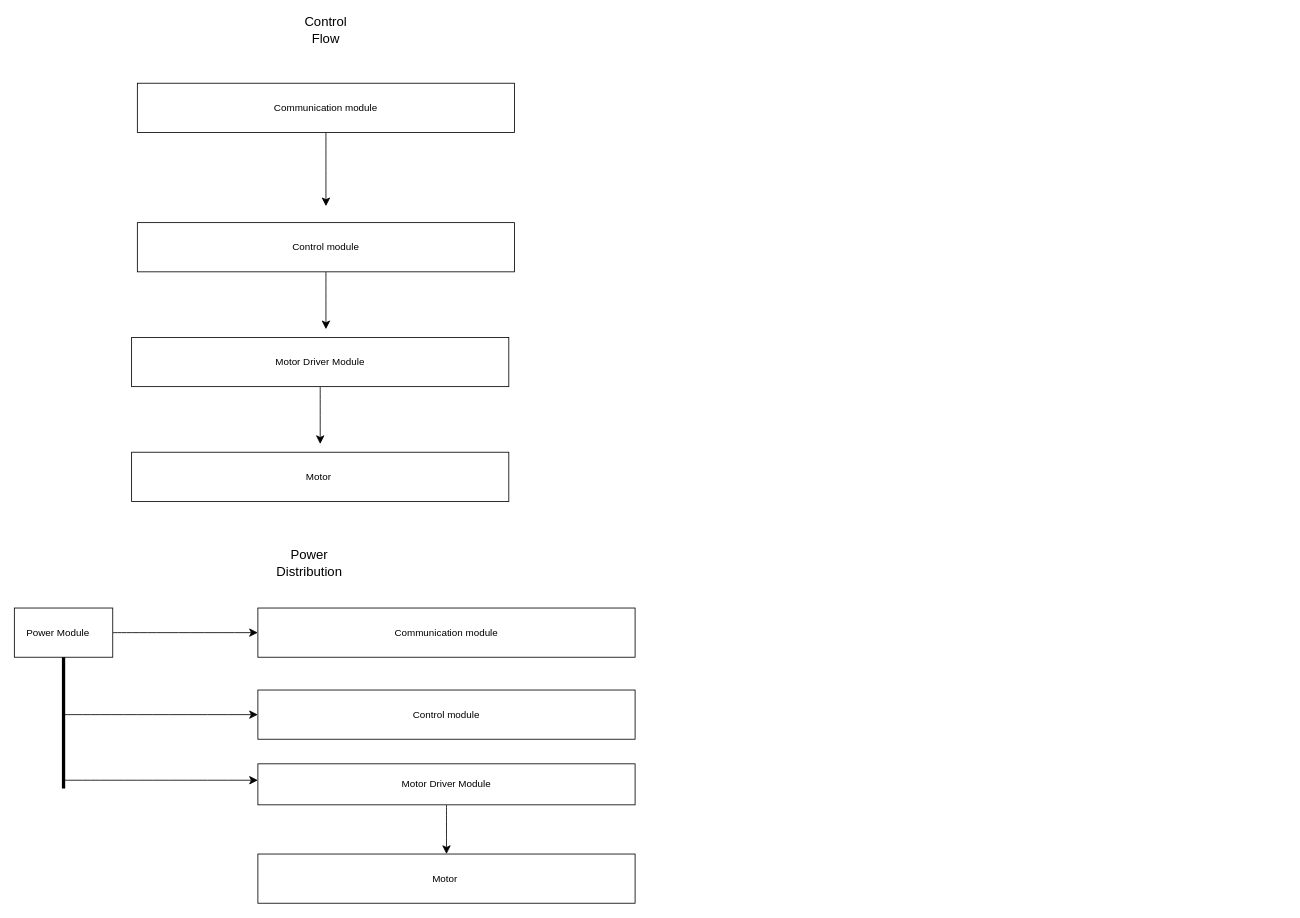
jeremywan-dev/ai-robotics-platform keeps this draw.io diagram as docs/v1-system-architecture.drawio. Above is the earlier version. Source tidied: cells renumbered, new cells numbered last; positions are measured from the earlier drawing's top-left corner, leaving out a move shared by most shapes. Both pictures are drawn from the tidied source at 82%, with x=0, y=0 at pixel (14, 17).
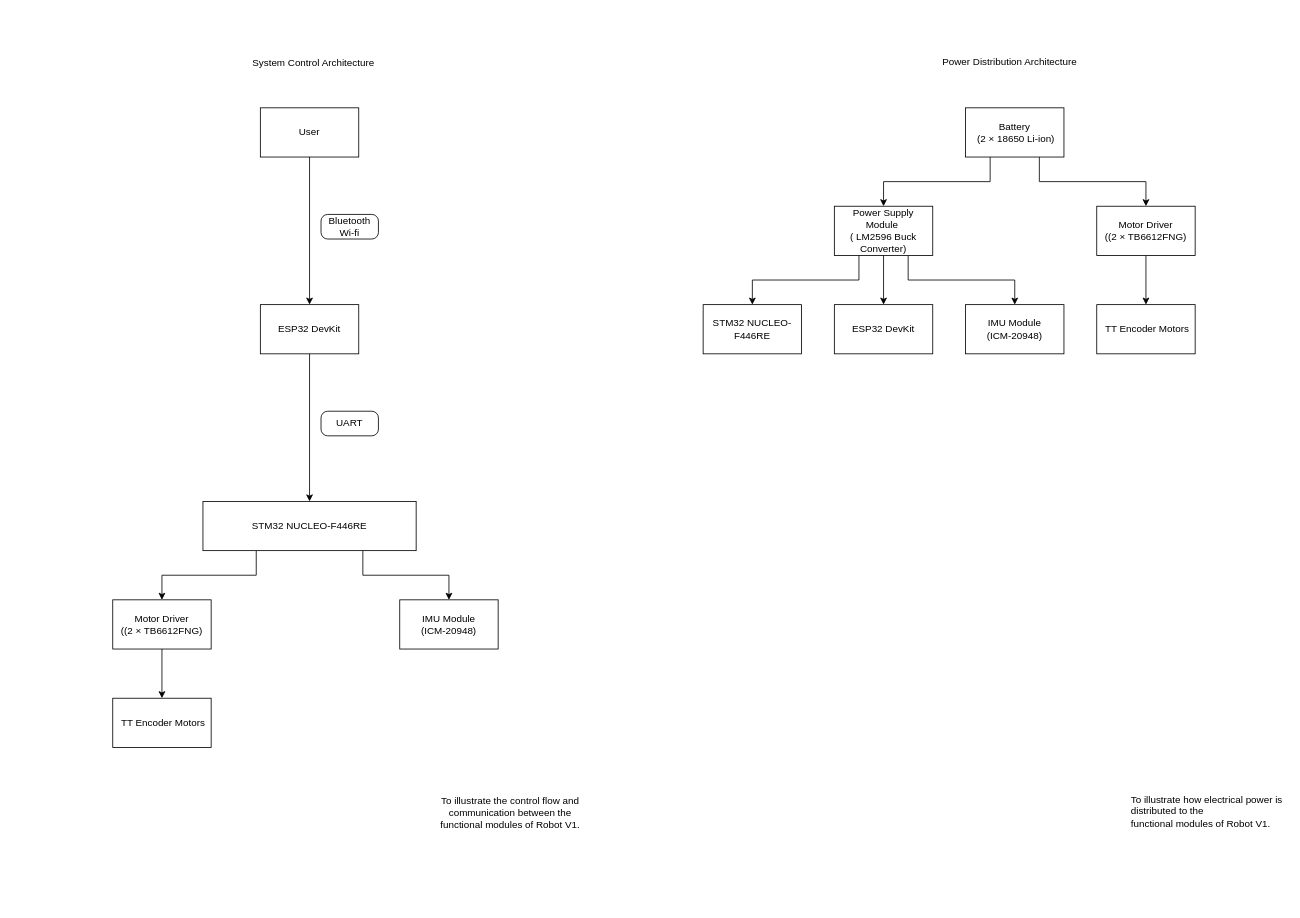
After the change.

Commit message (it also covers changes not shown here):
Update system architecture diagram

The edit, as a diff of the source:
```diff
@@
-    <mxCell id="2" style="edgeStyle=none;curved=1;rounded=0;jettySize=auto;html=1;fontSize=12;startSize=8;endSize=8;" parent="1" edge="1" source="3">
-      <mxGeometry relative="1" as="geometry">
-        <mxPoint x="380" y="230" as="targetPoint" />
-      </mxGeometry>
-    </mxCell>
-    <mxCell id="3" value="Communication module" style="rounded=0;whiteSpace=wrap;html=1;" parent="1" vertex="1">
-      <mxGeometry x="150" y="80" width="460" height="60" as="geometry" />
-    </mxCell>
-    <mxCell id="4" style="edgeStyle=none;curved=1;rounded=0;jettySize=auto;html=1;fontSize=12;startSize=8;endSize=8;" parent="1" edge="1" source="5">
-      <mxGeometry relative="1" as="geometry">
-        <mxPoint x="373" y="520" as="targetPoint" />
-      </mxGeometry>
-    </mxCell>
-    <mxCell id="5" value="Motor Driver Module" style="rounded=0;whiteSpace=wrap;html=1;" parent="1" vertex="1">
-      <mxGeometry x="143" y="390" width="460" height="60" as="geometry" />
-    </mxCell>
-    <mxCell id="6" style="edgeStyle=none;curved=1;rounded=0;jettySize=auto;html=1;fontSize=12;startSize=8;endSize=8;" parent="1" edge="1" source="7">
-      <mxGeometry relative="1" as="geometry">
-        <mxPoint x="380" y="380" as="targetPoint" />
-      </mxGeometry>
-    </mxCell>
-    <mxCell id="7" value="Control module" style="rounded=0;whiteSpace=wrap;html=1;" parent="1" vertex="1">
-      <mxGeometry x="150" y="250" width="460" height="60" as="geometry" />
-    </mxCell>
-    <mxCell id="8" value="Control Flow" style="text;html=1;whiteSpace=wrap;strokeColor=none;fillColor=none;align=center;verticalAlign=middle;rounded=0;fontSize=16;" parent="1" vertex="1">
-      <mxGeometry x="350" width="60" height="30" as="geometry" />
-    </mxCell>
-    <mxCell id="9" value="Motor&amp;nbsp;" style="rounded=0;whiteSpace=wrap;html=1;" parent="1" vertex="1">
-      <mxGeometry x="143" y="530" width="460" height="60" as="geometry" />
-    </mxCell>
-    <mxCell id="10" value="Power Distribution" style="text;html=1;whiteSpace=wrap;strokeColor=none;fillColor=none;align=center;verticalAlign=middle;rounded=0;fontSize=16;" parent="1" vertex="1">
-      <mxGeometry x="330" y="650" width="60" height="30" as="geometry" />
-    </mxCell>
-    <mxCell id="11" style="edgeStyle=none;curved=1;rounded=0;jettySize=auto;html=1;fontSize=12;startSize=8;endSize=8;" parent="1" edge="1" source="12">
-      <mxGeometry relative="1" as="geometry">
-        <mxPoint x="297" y="750" as="targetPoint" />
-      </mxGeometry>
-    </mxCell>
-    <mxCell id="12" value="Power Module&amp;nbsp; &amp;nbsp;&amp;nbsp;" style="rounded=0;whiteSpace=wrap;html=1;" parent="1" vertex="1">
-      <mxGeometry y="720" width="120" height="60" as="geometry" />
-    </mxCell>
-    <mxCell id="13" style="edgeStyle=none;curved=1;rounded=0;jettySize=auto;html=1;fontSize=12;startSize=8;endSize=8;" parent="1" edge="1" source="15">
-      <mxGeometry relative="1" as="geometry">
-        <mxPoint x="297" y="850" as="targetPoint" />
-      </mxGeometry>
-    </mxCell>
-    <mxCell id="14" style="edgeStyle=none;curved=1;rounded=0;jettySize=auto;html=1;fontSize=12;startSize=8;endSize=8;" parent="1" edge="1" source="15">
-      <mxGeometry relative="1" as="geometry">
-        <mxPoint x="297" y="930" as="targetPoint" />
-      </mxGeometry>
-    </mxCell>
-    <mxCell id="15" style="line;strokeWidth=4;direction=south;html=1;perimeter=backbonePerimeter;points=[];outlineConnect=0;" parent="1" vertex="1">
-      <mxGeometry x="55" y="780" width="10" height="160" as="geometry" />
-    </mxCell>
-    <mxCell id="16" value="Communication module" style="rounded=0;whiteSpace=wrap;html=1;" parent="1" vertex="1">
-      <mxGeometry x="297" y="720" width="460" height="60" as="geometry" />
-    </mxCell>
-    <mxCell id="17" value="Control module" style="rounded=0;whiteSpace=wrap;html=1;" parent="1" vertex="1">
-      <mxGeometry x="297" y="820" width="460" height="60" as="geometry" />
-    </mxCell>
-    <mxCell id="18" style="edgeStyle=none;curved=1;rounded=0;jettySize=auto;html=1;entryX=0.5;entryY=0;entryDx=0;entryDy=0;fontSize=12;startSize=8;endSize=8;" parent="1" edge="1" source="19" target="20">
-      <mxGeometry relative="1" as="geometry" />
-    </mxCell>
-    <mxCell id="19" value="Motor Driver Module" style="rounded=0;whiteSpace=wrap;html=1;" parent="1" vertex="1">
-      <mxGeometry x="297" y="910" width="460" height="50" as="geometry" />
-    </mxCell>
-    <mxCell id="20" value="Motor&amp;nbsp;" style="rounded=0;whiteSpace=wrap;html=1;" parent="1" vertex="1">
-      <mxGeometry x="297" y="1020" width="460" height="60" as="geometry" />
-    </mxCell>
+    <mxCell id="21" value="User" style="rounded=0;whiteSpace=wrap;html=1;fillColor=light-dark(#FFFFFF,#000000);" parent="1" vertex="1">
+      <mxGeometry x="300" y="110" width="120" height="60" as="geometry" />
+    </mxCell>
+    <mxCell id="22" style="edgeStyle=orthogonalEdgeStyle;rounded=0;jettySize=auto;html=1;exitX=0.5;exitY=1;exitDx=0;exitDy=0;" parent="1" edge="1" source="23" target="26">
+      <mxGeometry relative="1" as="geometry" />
+    </mxCell>
+    <mxCell id="23" value="ESP32 DevKit" style="rounded=0;whiteSpace=wrap;html=1;fillColor=light-dark(#FFFFFF,#000099);" parent="1" vertex="1">
+      <mxGeometry x="300" y="350" width="120" height="60" as="geometry" />
+    </mxCell>
+    <mxCell id="24" style="edgeStyle=orthogonalEdgeStyle;rounded=0;jettySize=auto;html=1;exitX=0.25;exitY=1;exitDx=0;exitDy=0;" parent="1" edge="1" source="26" target="28">
+      <mxGeometry relative="1" as="geometry" />
+    </mxCell>
+    <mxCell id="25" style="edgeStyle=orthogonalEdgeStyle;rounded=0;jettySize=auto;html=1;exitX=0.75;exitY=1;exitDx=0;exitDy=0;entryX=0.5;entryY=0;entryDx=0;entryDy=0;" parent="1" edge="1" source="26" target="29">
+      <mxGeometry relative="1" as="geometry" />
+    </mxCell>
+    <mxCell id="26" value="STM32 NUCLEO-F446RE" style="rounded=0;whiteSpace=wrap;html=1;fillColor=light-dark(#FFFFFF,#000099);" parent="1" vertex="1">
+      <mxGeometry x="230" y="590" width="260" height="60" as="geometry" />
+    </mxCell>
+    <mxCell id="27" style="edgeStyle=orthogonalEdgeStyle;rounded=0;jettySize=auto;html=1;exitX=0.5;exitY=1;exitDx=0;exitDy=0;entryX=0.5;entryY=0;entryDx=0;entryDy=0;" parent="1" edge="1" source="28" target="30">
+      <mxGeometry relative="1" as="geometry" />
+    </mxCell>
+    <mxCell id="28" value="Motor Driver&lt;div&gt;(&lt;span style=&quot;background-color: transparent; color: light-dark(rgb(0, 0, 0), rgb(255, 255, 255));&quot;&gt;(2 × TB6612FNG)&lt;/span&gt;&lt;/div&gt;" style="rounded=0;whiteSpace=wrap;html=1;fillColor=light-dark(#FFFFFF,#994C00);" parent="1" vertex="1">
+      <mxGeometry x="120" y="710" width="120" height="60" as="geometry" />
+    </mxCell>
+    <mxCell id="29" value="IMU Module&lt;div&gt;(ICM-20948)&lt;/div&gt;" style="rounded=0;whiteSpace=wrap;html=1;fillColor=light-dark(#FFFFFF,#009900);" parent="1" vertex="1">
+      <mxGeometry x="470" y="710" width="120" height="60" as="geometry" />
+    </mxCell>
+    <mxCell id="30" value="&amp;nbsp;TT Encoder Motors" style="rounded=0;whiteSpace=wrap;html=1;fillColor=light-dark(#FFFFFF,#994C00);" parent="1" vertex="1">
+      <mxGeometry x="120" y="830" width="120" height="60" as="geometry" />
+    </mxCell>
+    <mxCell id="31" style="edgeStyle=orthogonalEdgeStyle;rounded=0;jettySize=auto;html=1;exitX=0.5;exitY=1;exitDx=0;exitDy=0;entryX=0.5;entryY=0;entryDx=0;entryDy=0;" parent="1" edge="1" source="21" target="23">
+      <mxGeometry relative="1" as="geometry" />
+    </mxCell>
+    <mxCell id="32" value="System Control Architecture" style="text;html=1;whiteSpace=wrap;strokeColor=none;fillColor=none;align=center;verticalAlign=middle;rounded=0;" parent="1" vertex="1">
+      <mxGeometry x="220" y="40" width="290" height="30" as="geometry" />
+    </mxCell>
+    <mxCell id="33" value="To illustrate the control flow and communication between the functional modules of Robot V1." style="text;html=1;whiteSpace=wrap;strokeColor=none;fillColor=none;align=center;verticalAlign=middle;rounded=0;" parent="1" vertex="1">
+      <mxGeometry x="510" y="890" width="190" height="160" as="geometry" />
+    </mxCell>
+    <mxCell id="34" style="edgeStyle=orthogonalEdgeStyle;rounded=0;jettySize=auto;html=1;exitX=0.25;exitY=1;exitDx=0;exitDy=0;entryX=0.5;entryY=0;entryDx=0;entryDy=0;" parent="1" edge="1" source="36" target="42">
+      <mxGeometry relative="1" as="geometry" />
+    </mxCell>
+    <mxCell id="35" style="edgeStyle=orthogonalEdgeStyle;rounded=0;jettySize=auto;html=1;exitX=0.75;exitY=1;exitDx=0;exitDy=0;entryX=0.5;entryY=0;entryDx=0;entryDy=0;" parent="1" edge="1" source="36" target="46">
+      <mxGeometry relative="1" as="geometry" />
+    </mxCell>
+    <mxCell id="36" value="Battery&lt;div&gt;&amp;nbsp;(2 × 18650 Li-ion)&lt;/div&gt;" style="rounded=0;whiteSpace=wrap;html=1;fillColor=light-dark(#FFFFFF,#990000);" parent="1" vertex="1">
+      <mxGeometry x="1160" y="110" width="120" height="60" as="geometry" />
+    </mxCell>
+    <mxCell id="37" value="&amp;nbsp;TT Encoder Motors" style="rounded=0;whiteSpace=wrap;html=1;fillColor=light-dark(#FFFFFF,#994C00);" parent="1" vertex="1">
+      <mxGeometry x="1320" y="350" width="120" height="60" as="geometry" />
+    </mxCell>
+    <mxCell id="38" value="STM32 NUCLEO-F446RE" style="rounded=0;whiteSpace=wrap;html=1;fillColor=light-dark(#FFFFFF,#000099);" parent="1" vertex="1">
+      <mxGeometry x="840" y="350" width="120" height="60" as="geometry" />
+    </mxCell>
+    <mxCell id="39" style="edgeStyle=orthogonalEdgeStyle;rounded=0;jettySize=auto;html=1;exitX=0.5;exitY=1;exitDx=0;exitDy=0;entryX=0.5;entryY=0;entryDx=0;entryDy=0;" parent="1" edge="1" source="42" target="43">
+      <mxGeometry relative="1" as="geometry" />
+    </mxCell>
+    <mxCell id="40" style="edgeStyle=orthogonalEdgeStyle;rounded=0;jettySize=auto;html=1;exitX=0.25;exitY=1;exitDx=0;exitDy=0;entryX=0.5;entryY=0;entryDx=0;entryDy=0;" parent="1" edge="1" source="42" target="38">
+      <mxGeometry relative="1" as="geometry" />
+    </mxCell>
+    <mxCell id="41" style="edgeStyle=orthogonalEdgeStyle;rounded=0;jettySize=auto;html=1;exitX=0.75;exitY=1;exitDx=0;exitDy=0;entryX=0.5;entryY=0;entryDx=0;entryDy=0;" parent="1" edge="1" source="42" target="44">
+      <mxGeometry relative="1" as="geometry" />
+    </mxCell>
+    <mxCell id="42" value="&lt;div&gt;Power Supply Module&amp;nbsp;&lt;/div&gt;( LM2596 Buck Converter)" style="rounded=0;whiteSpace=wrap;html=1;fillColor=light-dark(#FFFFFF,#990000);" parent="1" vertex="1">
+      <mxGeometry x="1000" y="230" width="120" height="60" as="geometry" />
+    </mxCell>
+    <mxCell id="43" value="ESP32 DevKit" style="rounded=0;whiteSpace=wrap;html=1;fillColor=light-dark(#FFFFFF,#000099);" parent="1" vertex="1">
+      <mxGeometry x="1000" y="350" width="120" height="60" as="geometry" />
+    </mxCell>
+    <mxCell id="44" value="IMU Module&lt;div&gt;(ICM-20948)&lt;/div&gt;" style="rounded=0;whiteSpace=wrap;html=1;fillColor=light-dark(#FFFFFF,#009900);" parent="1" vertex="1">
+      <mxGeometry x="1160" y="350" width="120" height="60" as="geometry" />
+    </mxCell>
+    <mxCell id="45" style="edgeStyle=orthogonalEdgeStyle;rounded=0;jettySize=auto;html=1;exitX=0.5;exitY=1;exitDx=0;exitDy=0;entryX=0.5;entryY=0;entryDx=0;entryDy=0;" parent="1" edge="1" source="46" target="37">
+      <mxGeometry relative="1" as="geometry" />
+    </mxCell>
+    <mxCell id="46" value="Motor Driver&lt;div&gt;(&lt;span style=&quot;background-color: transparent; color: light-dark(rgb(0, 0, 0), rgb(255, 255, 255));&quot;&gt;(2 × TB6612FNG)&lt;/span&gt;&lt;/div&gt;" style="rounded=0;whiteSpace=wrap;html=1;fillColor=light-dark(#FFFFFF,#994C00);" parent="1" vertex="1">
+      <mxGeometry x="1320" y="230" width="120" height="60" as="geometry" />
+    </mxCell>
+    <mxCell id="47" value="Power Distribution Architecture" style="text;whiteSpace=wrap;html=1;" parent="1" vertex="1">
+      <mxGeometry x="1130" y="40" width="200" height="40" as="geometry" />
+    </mxCell>
+    <mxCell id="48" value="To illustrate how electrical power is distributed to the&#10;functional modules of Robot V1." style="text;whiteSpace=wrap;html=1;" parent="1" vertex="1">
+      <mxGeometry x="1360" y="940" width="190" height="90" as="geometry" />
+    </mxCell>
+    <mxCell id="49" value="UART" style="rounded=1;whiteSpace=wrap;html=1;fillColor=light-dark(#FFFFFF,#333333);arcSize=27;" parent="1" vertex="1">
+      <mxGeometry x="374" y="480" width="70" height="30" as="geometry" />
+    </mxCell>
+    <mxCell id="50" value="Bluetooth&lt;div&gt;Wi-fi&lt;/div&gt;" style="rounded=1;whiteSpace=wrap;html=1;fillColor=light-dark(#FFFFFF,#333333);arcSize=27;" parent="1" vertex="1">
+      <mxGeometry x="374" y="240" width="70" height="30" as="geometry" />
+    </mxCell>
```
